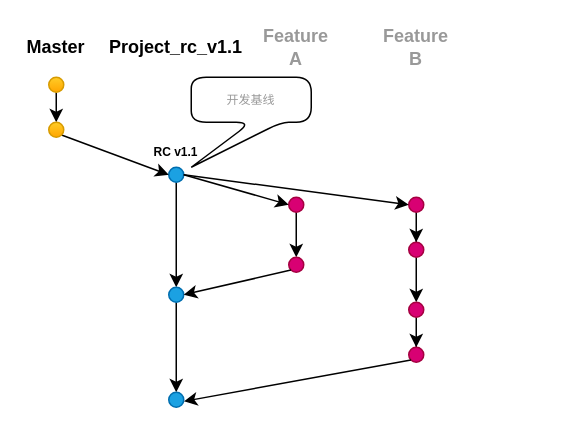
Earlier version of the draw.io diagram page "开发阶段" (3 of 6) of gitflow1.drawio (bigkernel/docs). Source tidied: cells renumbered, new cells numbered last; positions are measured from the earlier drawing's top-left corner, leaving out a move shared by most shapes. Both pictures are drawn from the tidied source at 150%, with x=0, y=0 at pixel (26, 32).
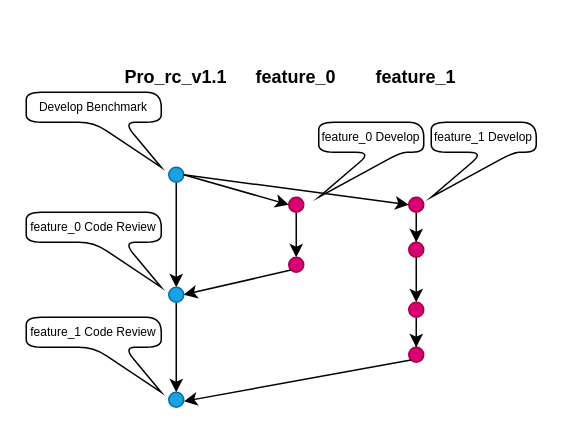
The same page after the edit.

Unchanged cells that the change refers to:
```xml
<mxCell id="6" style="ellipse;whiteSpace=wrap;html=1;fillColor=#1ba1e2;strokeColor=#006EAF;fontColor=#ffffff;" parent="1" vertex="1">
  <mxGeometry x="95" y="90" width="10" height="10" as="geometry" />
</mxCell>
```

What changed in the source:
```diff
@@
-    <mxCell id="2" value="Master" style="text;html=1;strokeColor=none;fillColor=none;align=center;verticalAlign=middle;whiteSpace=wrap;rounded=0;fontStyle=1;" parent="1" vertex="1">
-      <mxGeometry width="40" height="20" as="geometry" />
-    </mxCell>
-    <mxCell id="3" style="edgeStyle=none;rounded=0;jettySize=auto;html=1;fontSize=10;fontColor=#000000;" parent="1" edge="1" source="4" target="10">
-      <mxGeometry relative="1" as="geometry" />
-    </mxCell>
-    <mxCell id="4" style="ellipse;whiteSpace=wrap;html=1;fillColor=#ffcd28;strokeColor=#d79b00;gradientColor=#ffa500;" parent="1" vertex="1">
-      <mxGeometry x="15" y="30" width="10" height="10" as="geometry" />
-    </mxCell>
@@
-    <mxCell id="7" value="RC v1.1" style="text;html=1;strokeColor=none;fillColor=none;align=center;verticalAlign=middle;whiteSpace=wrap;rounded=0;fontSize=8;fontStyle=1;" parent="1" vertex="1">
-      <mxGeometry x="80" y="70" width="40" height="20" as="geometry" />
-    </mxCell>
-    <mxCell id="8" style="endArrow=classic;html=1;exitX=1;exitY=1;exitDx=0;exitDy=0;entryX=0;entryY=0.5;entryDx=0;entryDy=0;" parent="1" edge="1" source="10" target="6">
-      <mxGeometry relative="1" as="geometry" />
-    </mxCell>
-    <mxCell id="9" value="开发基线" style="shape=callout;whiteSpace=wrap;html=1;perimeter=calloutPerimeter;labelBackgroundColor=none;fontSize=8;fontColor=#999999;position2=0;rotation=0;fillColor=#FFFFFF;rounded=1;" parent="1" vertex="1">
-      <mxGeometry x="110" y="30" width="80" height="60" as="geometry" />
-    </mxCell>
-    <mxCell id="10" style="ellipse;whiteSpace=wrap;html=1;fillColor=#ffcd28;strokeColor=#d79b00;gradientColor=#ffa500;" parent="1" vertex="1">
-      <mxGeometry x="15" y="60" width="10" height="10" as="geometry" />
-    </mxCell>
-    <mxCell id="11" value="&lt;span&gt;Feature A&lt;/span&gt;" style="text;html=1;strokeColor=none;fillColor=none;align=center;verticalAlign=middle;whiteSpace=wrap;rounded=0;fontStyle=1;fontColor=#999999;" parent="1" vertex="1">
-      <mxGeometry x="160" width="40" height="20" as="geometry" />
-    </mxCell>
-    <mxCell id="12" value="&lt;span&gt;Feature B&lt;/span&gt;" style="text;html=1;strokeColor=none;fillColor=none;align=center;verticalAlign=middle;whiteSpace=wrap;rounded=0;fontStyle=1;fontColor=#999999;" parent="1" vertex="1">
-      <mxGeometry x="240" width="40" height="20" as="geometry" />
-    </mxCell>
@@
-    <mxCell id="30" value="&lt;font color=&quot;#000000&quot;&gt;Project_rc_v1.1&lt;/font&gt;" style="text;html=1;strokeColor=none;fillColor=none;align=center;verticalAlign=middle;whiteSpace=wrap;rounded=0;fontStyle=1;fontColor=#999999;" parent="1" vertex="1">
-      <mxGeometry x="50" width="100" height="20" as="geometry" />
+    <mxCell id="30" value="&lt;font color=&quot;#000000&quot;&gt;Pro_rc_v1.1&lt;/font&gt;" style="text;html=1;strokeColor=none;fillColor=none;align=center;verticalAlign=middle;whiteSpace=wrap;rounded=0;fontStyle=1;fontColor=#999999;" parent="1" vertex="1">
+      <mxGeometry x="70" y="20" width="60" height="20" as="geometry" />
     </mxCell>
+    <mxCell id="31" value="&lt;font color=&quot;#000000&quot;&gt;feature_0&lt;/font&gt;" style="text;html=1;strokeColor=none;fillColor=none;align=center;verticalAlign=middle;whiteSpace=wrap;rounded=0;fontStyle=1;fontColor=#999999;" parent="1" vertex="1">
+      <mxGeometry x="150" y="20" width="60" height="20" as="geometry" />
+    </mxCell>
+    <mxCell id="32" value="&lt;font color=&quot;#000000&quot;&gt;feature_1&lt;/font&gt;" style="text;html=1;strokeColor=none;fillColor=none;align=center;verticalAlign=middle;whiteSpace=wrap;rounded=0;fontStyle=1;fontColor=#999999;" parent="1" vertex="1">
+      <mxGeometry x="230" y="20" width="60" height="20" as="geometry" />
+    </mxCell>
+    <mxCell id="33" value="&lt;font color=&quot;#000000&quot;&gt;feature_0 Develop&lt;/font&gt;" style="shape=callout;whiteSpace=wrap;html=1;perimeter=calloutPerimeter;labelBackgroundColor=none;fontSize=8;fontColor=#999999;position2=0;rotation=0;fillColor=#FFFFFF;rounded=1;" parent="1" vertex="1">
+      <mxGeometry x="195" y="60" width="70" height="50" as="geometry" />
+    </mxCell>
+    <mxCell id="34" value="&lt;font color=&quot;#000000&quot;&gt;feature_1 Develop&lt;br&gt;&lt;/font&gt;" style="shape=callout;whiteSpace=wrap;html=1;perimeter=calloutPerimeter;labelBackgroundColor=none;fontSize=8;fontColor=#999999;position2=0;rotation=0;fillColor=#FFFFFF;rounded=1;" parent="1" vertex="1">
+      <mxGeometry x="270" y="60" width="70" height="50" as="geometry" />
+    </mxCell>
+    <mxCell id="35" value="&lt;font color=&quot;#000000&quot;&gt;feature_0 Code Review&lt;/font&gt;" style="shape=callout;whiteSpace=wrap;html=1;perimeter=calloutPerimeter;labelBackgroundColor=none;fontSize=8;fontColor=#999999;position2=1;rotation=0;fillColor=#FFFFFF;rounded=1;" parent="1" vertex="1">
+      <mxGeometry y="120" width="90" height="50" as="geometry" />
+    </mxCell>
+    <mxCell id="36" value="&lt;span style=&quot;color: rgb(0 , 0 , 0)&quot;&gt;feature_1 Code Review&lt;/span&gt;" style="shape=callout;whiteSpace=wrap;html=1;perimeter=calloutPerimeter;labelBackgroundColor=none;fontSize=8;fontColor=#999999;position2=1;rotation=0;fillColor=#FFFFFF;rounded=1;" parent="1" vertex="1">
+      <mxGeometry y="190" width="90" height="50" as="geometry" />
+    </mxCell>
+    <mxCell id="37" value="&lt;font color=&quot;#000000&quot;&gt;Develop Benchmark&lt;/font&gt;" style="shape=callout;whiteSpace=wrap;html=1;perimeter=calloutPerimeter;labelBackgroundColor=none;fontSize=8;fontColor=#999999;position2=1;rotation=0;fillColor=#FFFFFF;rounded=1;" parent="1" vertex="1">
+      <mxGeometry y="40" width="90" height="50" as="geometry" />
+    </mxCell>
```
